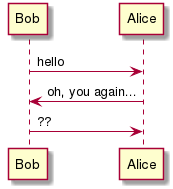
This is docs/rendered/plantuml-e99618cf74aef9ce1cb392aabaf1a4d20d66cbdc.png from arnehilmann/markdeck, a PlantUML export, as it was before one commit.
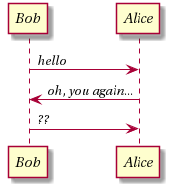
Above is the later version.

The edit, as a diff of the source:
```diff
@@ -1,4 +1,5 @@
 @startuml
+skinparamlocked backgroundcolor transparent
 skinparamlocked backgroundcolor transparent
 Bob->Alice : hello
 Alice->Bob : oh, you again...
```
